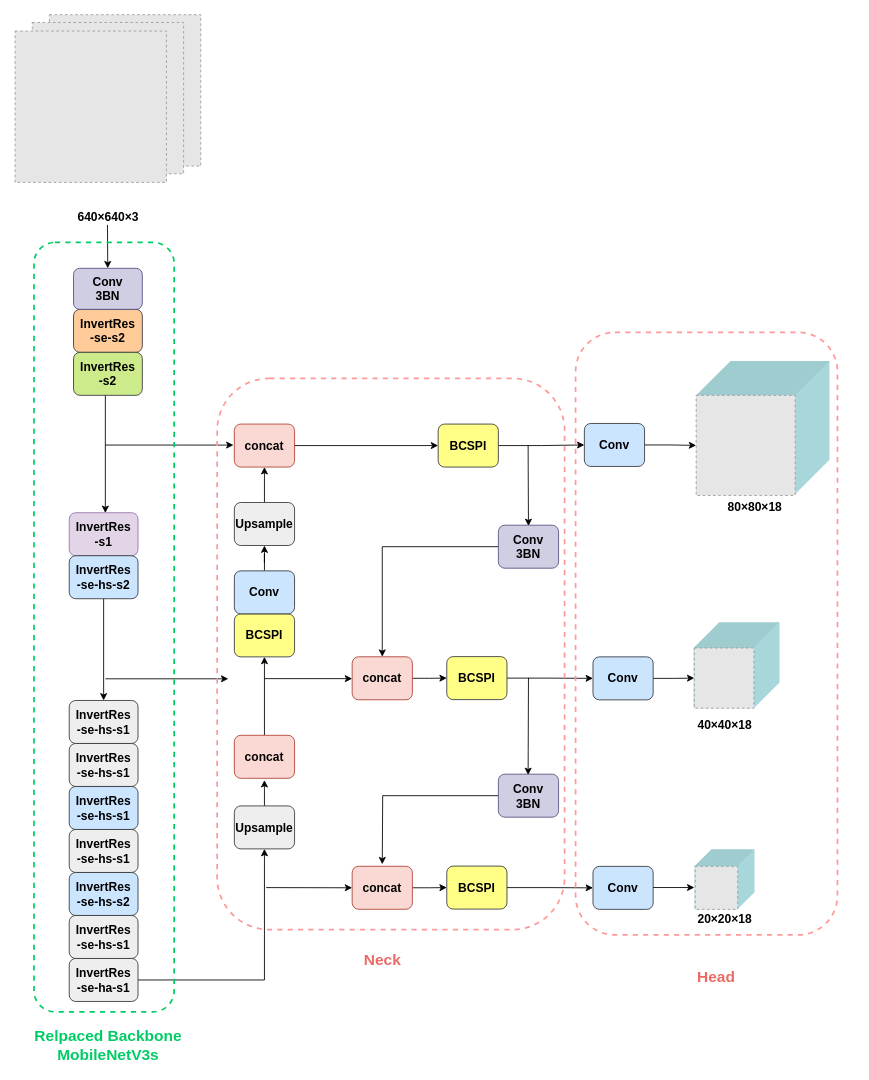
Bukayoooo/Draws keeps this draw.io diagram as yolomv3s.drawio. Above is the earlier version. Source tidied: cells renumbered, new cells numbered last; positions are measured from the earlier drawing's top-left corner, leaving out a move shared by most shapes. Both pictures are drawn from the tidied source at 86%, with x=0, y=0 at pixel (15, 15). Pictures stored in the file or linked from it are replaced by grey dashed boxes.
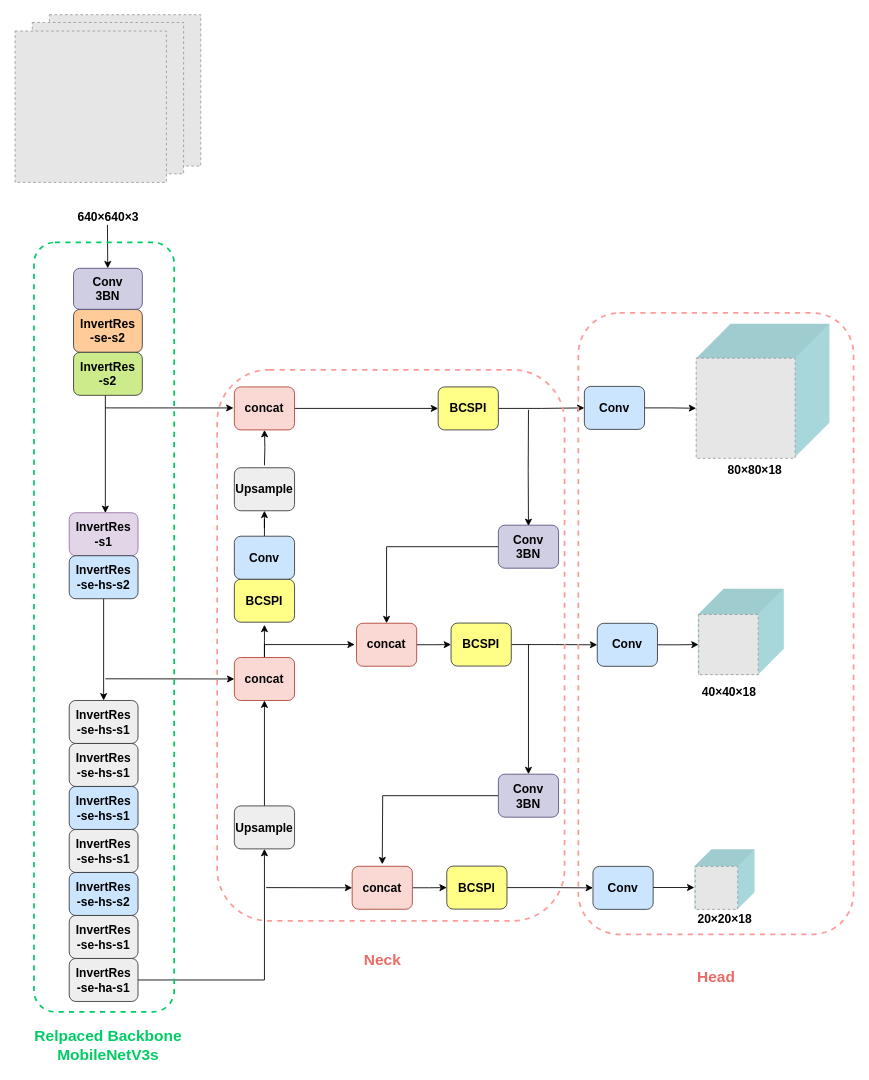
The same page after the edit.

Unchanged cells that the change refers to:
```xml
<mxCell id="5" value="&lt;b&gt;&lt;font style=&quot;font-size: 14px&quot;&gt;Upsample&lt;/font&gt;&lt;/b&gt;" style="rounded=1;whiteSpace=wrap;html=1;fillColor=#eeeeee;strokeColor=#36393d;" parent="1" vertex="1">
  <mxGeometry x="255" y="919.6" width="70" height="50" as="geometry" />
</mxCell>
<mxCell id="47" value="&lt;b&gt;&lt;font style=&quot;font-size: 14px&quot;&gt;Conv&lt;br&gt;3BN&lt;/font&gt;&lt;/b&gt;" style="rounded=1;whiteSpace=wrap;html=1;fillColor=#d0cee2;strokeColor=#56517e;" parent="1" vertex="1">
  <mxGeometry x="562" y="882.7" width="70" height="50" as="geometry" />
</mxCell>
```

What changed in the source:
```diff
@@
-    <mxCell id="4" style="edgeStyle=orthogonalEdgeStyle;rounded=0;jettySize=auto;html=1;fontSize=14;" parent="1" edge="1" source="5">
-      <mxGeometry relative="1" as="geometry">
-        <mxPoint x="290" y="889.6" as="targetPoint" />
-      </mxGeometry>
+    <mxCell id="4" style="edgeStyle=orthogonalEdgeStyle;rounded=0;jettySize=auto;html=1;fontSize=14;entryX=0.5;entryY=1;entryDx=0;entryDy=0;" parent="1" edge="1" source="5" target="16">
+      <mxGeometry relative="1" as="geometry" />
     </mxCell>
@@
-    <mxCell id="6" style="edgeStyle=orthogonalEdgeStyle;rounded=0;jettySize=auto;html=1;entryX=0.5;entryY=1;entryDx=0;entryDy=0;fontSize=14;" parent="1" edge="1" source="7" target="22">
-      <mxGeometry relative="1" as="geometry" />
+    <mxCell id="6" style="edgeStyle=orthogonalEdgeStyle;rounded=0;jettySize=auto;html=1;entryX=0.5;entryY=1;entryDx=0;entryDy=0;fontSize=14;" parent="1" edge="1" target="22">
+      <mxGeometry relative="1" as="geometry">
+        <mxPoint x="290" y="523.6" as="sourcePoint" />
+      </mxGeometry>
     </mxCell>
     <mxCell id="7" value="&lt;b&gt;&lt;font style=&quot;font-size: 14px&quot;&gt;Upsample&lt;/font&gt;&lt;/b&gt;" style="rounded=1;whiteSpace=wrap;html=1;fillColor=#eeeeee;strokeColor=#36393d;" parent="1" vertex="1">
-      <mxGeometry x="255" y="566.8" width="70" height="50" as="geometry" />
+      <mxGeometry x="255" y="526.4" width="70" height="50" as="geometry" />
     </mxCell>
@@
     <mxCell id="14" style="endArrow=classic;html=1;rounded=0;entryX=-0.014;entryY=0.489;entryDx=0;entryDy=0;entryPerimeter=0;" parent="1" edge="1" target="22">
       <mxGeometry relative="1" as="geometry">
-        <mxPoint x="105" y="500" as="sourcePoint" />
+        <mxPoint x="105" y="456.8" as="sourcePoint" />
       </mxGeometry>
     </mxCell>
-    <mxCell id="15" style="edgeStyle=orthogonalEdgeStyle;rounded=0;jettySize=auto;html=1;entryX=0.5;entryY=1;entryDx=0;entryDy=0;fontSize=14;" parent="1" edge="1" source="16" target="17">
-      <mxGeometry relative="1" as="geometry" />
-    </mxCell>
-    <mxCell id="16" value="&lt;b&gt;&lt;font style=&quot;font-size: 14px&quot;&gt;concat&lt;/font&gt;&lt;/b&gt;" style="rounded=1;whiteSpace=wrap;html=1;fillColor=#fad9d5;strokeColor=#ae4132;" parent="1" vertex="1">
-      <mxGeometry x="255" y="837.5" width="70" height="50" as="geometry" />
-    </mxCell>
     <mxCell id="17" value="&lt;b&gt;&lt;font style=&quot;font-size: 14px&quot;&gt;BCSPI&lt;/font&gt;&lt;/b&gt;" style="rounded=1;whiteSpace=wrap;html=1;fillColor=#ffff88;strokeColor=#36393d;" parent="1" vertex="1">
-      <mxGeometry x="255" y="696.3" width="70" height="50" as="geometry" />
+      <mxGeometry x="255" y="656" width="70" height="50" as="geometry" />
     </mxCell>
@@
     <mxCell id="19" value="&lt;b&gt;&lt;font style=&quot;font-size: 14px&quot;&gt;Conv&lt;/font&gt;&lt;/b&gt;" style="rounded=1;whiteSpace=wrap;html=1;fillColor=#cce5ff;strokeColor=#36393d;" parent="1" vertex="1">
-      <mxGeometry x="255" y="646.3" width="70" height="50" as="geometry" />
+      <mxGeometry x="255" y="606" width="70" height="50" as="geometry" />
     </mxCell>
     <mxCell id="20" style="endArrow=classic;html=1;rounded=0;" parent="1" edge="1">
       <mxGeometry relative="1" as="geometry">
         <mxPoint x="105" y="771.8" as="sourcePoint" />
-        <mxPoint x="248" y="771.8" as="targetPoint" />
+        <mxPoint x="255" y="772" as="targetPoint" />
       </mxGeometry>
     </mxCell>
@@
     <mxCell id="22" value="&lt;b&gt;&lt;font style=&quot;font-size: 14px&quot;&gt;concat&lt;/font&gt;&lt;/b&gt;" style="rounded=1;whiteSpace=wrap;html=1;fillColor=#fad9d5;strokeColor=#ae4132;" parent="1" vertex="1">
-      <mxGeometry x="255" y="475.6" width="70" height="50" as="geometry" />
+      <mxGeometry x="255" y="432.4" width="70" height="50" as="geometry" />
     </mxCell>
@@
     <mxCell id="24" value="&lt;b&gt;&lt;font style=&quot;font-size: 14px&quot;&gt;BCSPI&lt;/font&gt;&lt;/b&gt;" style="rounded=1;whiteSpace=wrap;html=1;fillColor=#ffff88;strokeColor=#36393d;" parent="1" vertex="1">
-      <mxGeometry x="492" y="475.6" width="70" height="50" as="geometry" />
+      <mxGeometry x="492" y="432.4" width="70" height="50" as="geometry" />
     </mxCell>
@@
     <mxCell id="26" value="&lt;b&gt;&lt;font style=&quot;font-size: 14px&quot;&gt;Conv&lt;/font&gt;&lt;/b&gt;" style="rounded=1;whiteSpace=wrap;html=1;fillColor=#cce5ff;strokeColor=#36393d;" parent="1" vertex="1">
-      <mxGeometry x="662" y="474.9" width="70" height="50" as="geometry" />
+      <mxGeometry x="662" y="431.8" width="70" height="50" as="geometry" />
     </mxCell>
     <mxCell id="27" style="shape=cube;whiteSpace=wrap;html=1;boundedLbl=1;backgroundOutline=1;darkOpacity=0.05;darkOpacity2=0.1;rounded=1;fontSize=14;direction=south;size=40;fillColor=#b0e3e6;strokeColor=none;shadow=0;sketch=0;gradientColor=none;" parent="1" vertex="1">
-      <mxGeometry x="792" y="402.2" width="155" height="155" as="geometry" />
+      <mxGeometry x="792" y="359" width="155" height="155" as="geometry" />
     </mxCell>
     <mxCell id="28" style="fillColor=#E6E6E6;strokeColor=#999999;dashed=1;verticalLabelPosition=bottom;labelBackgroundColor=default;verticalAlign=top;" parent="1" vertex="1">
-      <mxGeometry x="792" y="442.2" width="115.1" height="116.4" as="geometry" />
+      <mxGeometry x="792" y="399" width="115.1" height="116.4" as="geometry" />
     </mxCell>
     <mxCell id="29" value="&lt;div&gt;&lt;b&gt;80×80×18&lt;/b&gt;&lt;/div&gt;" style="text;html=1;align=center;verticalAlign=middle;strokeColor=none;fillColor=none;fontSize=14;" parent="1" vertex="1">
-      <mxGeometry x="819.5" y="562.2" width="80" height="20" as="geometry" />
+      <mxGeometry x="819.5" y="519" width="80" height="20" as="geometry" />
     </mxCell>
     <mxCell id="30" style="endArrow=classic;html=1;rounded=0;fontSize=14;entryX=0.5;entryY=0;entryDx=0;entryDy=0;" parent="1" edge="1">
       <mxGeometry relative="1" as="geometry">
-        <mxPoint x="596.6" y="500.2" as="sourcePoint" />
+        <mxPoint x="597" y="459" as="sourcePoint" />
         <mxPoint x="597" y="594.2" as="targetPoint" />
         <Array as="points">
           <mxPoint x="596.7" y="529.6" />
         </Array>
       </mxGeometry>
     </mxCell>
@@
     <mxCell id="34" value="&lt;b&gt;&lt;font style=&quot;font-size: 14px&quot;&gt;concat&lt;/font&gt;&lt;/b&gt;" style="rounded=1;whiteSpace=wrap;html=1;fillColor=#fad9d5;strokeColor=#ae4132;" parent="1" vertex="1">
-      <mxGeometry x="392" y="746.2" width="70" height="50" as="geometry" />
+      <mxGeometry x="397" y="707.2" width="70" height="50" as="geometry" />
     </mxCell>
@@
     <mxCell id="36" value="&lt;b&gt;&lt;font style=&quot;font-size: 14px&quot;&gt;BCSPI&lt;/font&gt;&lt;/b&gt;" style="rounded=1;whiteSpace=wrap;html=1;fillColor=#ffff88;strokeColor=#36393d;" parent="1" vertex="1">
-      <mxGeometry x="502" y="746" width="70" height="50" as="geometry" />
+      <mxGeometry x="507" y="707" width="70" height="50" as="geometry" />
     </mxCell>
@@
     <mxCell id="38" value="&lt;b&gt;&lt;font style=&quot;font-size: 14px&quot;&gt;Conv&lt;/font&gt;&lt;/b&gt;" style="rounded=1;whiteSpace=wrap;html=1;fillColor=#cce5ff;strokeColor=#36393d;" parent="1" vertex="1">
-      <mxGeometry x="672" y="746.3" width="70" height="50" as="geometry" />
+      <mxGeometry x="677" y="707.3" width="70" height="50" as="geometry" />
     </mxCell>
@@
-    <mxCell id="45" style="endArrow=classic;html=1;rounded=0;fontSize=14;entryX=0.5;entryY=0;entryDx=0;entryDy=0;" parent="1" edge="1">
-      <mxGeometry relative="1" as="geometry">
-        <mxPoint x="597" y="770.6" as="sourcePoint" />
-        <mxPoint x="596.6" y="883.7" as="targetPoint" />
-        <Array as="points">
-          <mxPoint x="596.7" y="855.3" />
-        </Array>
-      </mxGeometry>
-    </mxCell>
@@
     <mxCell id="49" style="shape=cube;whiteSpace=wrap;html=1;boundedLbl=1;backgroundOutline=1;darkOpacity=0.05;darkOpacity2=0.1;rounded=1;fontSize=14;direction=south;size=30;fillColor=#b0e3e6;strokeColor=none;shadow=0;sketch=0;gradientColor=none;" parent="1" vertex="1">
-      <mxGeometry x="788.9" y="706" width="100" height="100" as="geometry" />
+      <mxGeometry x="793.9" y="667" width="100" height="100" as="geometry" />
     </mxCell>
     <mxCell id="50" style="fillColor=#E6E6E6;strokeColor=#999999;dashed=1;verticalLabelPosition=bottom;labelBackgroundColor=default;verticalAlign=top;" parent="1" vertex="1">
-      <mxGeometry x="789.9" y="736" width="69.2" height="70" as="geometry" />
+      <mxGeometry x="794.9" y="697" width="69.2" height="70" as="geometry" />
     </mxCell>
@@
     <mxCell id="52" value="&lt;div&gt;&lt;b&gt;40×40×18&lt;/b&gt;&lt;/div&gt;" style="text;html=1;align=center;verticalAlign=middle;strokeColor=none;fillColor=none;fontSize=14;" parent="1" vertex="1">
-      <mxGeometry x="784.5" y="816" width="80" height="20" as="geometry" />
+      <mxGeometry x="789.5" y="777" width="80" height="20" as="geometry" />
     </mxCell>
@@
     <mxCell id="57" style="rounded=1;whiteSpace=wrap;html=1;fontSize=14;fillColor=none;strokeColor=#FF9999;strokeWidth=2;dashed=1;" parent="1" vertex="1">
-      <mxGeometry x="235" y="422.5" width="404" height="640.9" as="geometry" />
+      <mxGeometry x="235" y="412.5" width="404" height="640.9" as="geometry" />
     </mxCell>
@@
     <mxCell id="59" style="rounded=1;whiteSpace=wrap;html=1;fontSize=14;fillColor=none;strokeColor=#FF9999;strokeWidth=2;dashed=1;" parent="1" vertex="1">
-      <mxGeometry x="651.8" y="369" width="304.5" height="700.6" as="geometry" />
+      <mxGeometry x="655" y="346.4" width="320" height="722.6" as="geometry" />
     </mxCell>
@@
-    <mxCell id="61" style="endArrow=classic;html=1;rounded=0;fontSize=18;fontColor=#EA6B66;" parent="1" edge="1">
+    <mxCell id="61" style="endArrow=classic;html=1;rounded=0;fontSize=18;fontColor=#EA6B66;startArrow=none;" parent="1" edge="1">
       <mxGeometry relative="1" as="geometry">
-        <mxPoint x="290" y="771.6" as="sourcePoint" />
-        <mxPoint x="392" y="771.6" as="targetPoint" />
+        <mxPoint x="290" y="750" as="sourcePoint" />
+        <mxPoint x="395" y="732" as="targetPoint" />
+        <Array as="points">
+          <mxPoint x="290" y="732" />
+          <mxPoint x="385" y="732" />
+        </Array>
       </mxGeometry>
     </mxCell>
@@
+    <mxCell id="74" style="edgeStyle=orthogonalEdgeStyle;rounded=0;jettySize=auto;html=1;fontColor=#00CC66;" parent="1" edge="1" source="16">
+      <mxGeometry relative="1" as="geometry">
+        <mxPoint x="290" y="709" as="targetPoint" />
+      </mxGeometry>
+    </mxCell>
+    <mxCell id="16" value="&lt;b&gt;&lt;font style=&quot;font-size: 14px&quot;&gt;concat&lt;/font&gt;&lt;/b&gt;" style="rounded=1;whiteSpace=wrap;html=1;fillColor=#fad9d5;strokeColor=#ae4132;" parent="1" vertex="1">
+      <mxGeometry x="255" y="747" width="70" height="50" as="geometry" />
+    </mxCell>
+    <mxCell id="75" style="endArrow=classic;html=1;rounded=0;fontColor=#00CC66;entryX=0.5;entryY=0;entryDx=0;entryDy=0;" parent="1" edge="1" target="47">
+      <mxGeometry relative="1" as="geometry">
+        <mxPoint x="597" y="732" as="sourcePoint" />
+      </mxGeometry>
+    </mxCell>
```
